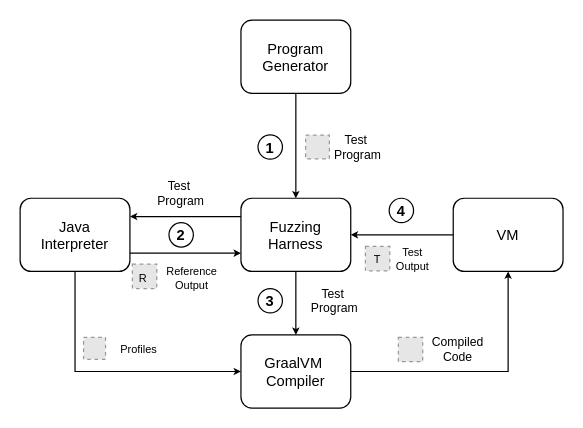
Before: page "architecture-icons" (4 of 9) of figures/drawio/lool.drawio in fberlakovich/dissertation, a draw.io diagram. Source tidied: cells renumbered, new cells numbered last; positions are measured from the earlier drawing's top-left corner, leaving out a move shared by most shapes. Both pictures are drawn from the tidied source at 122%, with x=0, y=0 at pixel (20, 20). Pictures stored in the file or linked from it are replaced by grey dashed boxes.
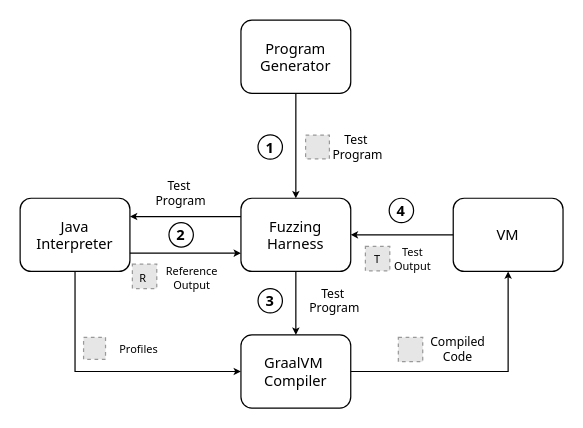
Above is the later version.

What changed in the source:
```diff
@@
-    <mxCell id="2" style="edgeStyle=orthogonalEdgeStyle;rounded=0;jettySize=auto;exitX=1;exitY=0.5;exitDx=0;exitDy=0;entryX=0.5;entryY=1;entryDx=0;entryDy=0;fontFamily=Cascadia Mono;fontSize=12;fontColor=default;endSize=3;" parent="1" edge="1" source="3" target="17">
+    <mxCell id="2" style="edgeStyle=orthogonalEdgeStyle;rounded=0;jettySize=auto;exitX=1;exitY=0.5;exitDx=0;exitDy=0;entryX=0.5;entryY=1;entryDx=0;entryDy=0;fontFamily=Noto Sans;fontSize=12;fontColor=default;endSize=3;" parent="1" edge="1" source="3" target="17">
       <mxGeometry relative="1" as="geometry" />
     </mxCell>
-    <mxCell id="3" value="GraalVM &#10;Compiler" style="rounded=1;fillColor=none;fontFamily=Cascadia Mono;" parent="1" vertex="1">
+    <mxCell id="3" value="GraalVM &#10;Compiler" style="rounded=1;fillColor=none;fontFamily=Noto Sans;" parent="1" vertex="1">
       <mxGeometry x="181" y="258" width="90" height="60" as="geometry" />
     </mxCell>
-    <mxCell id="4" style="edgeStyle=orthogonalEdgeStyle;rounded=0;jettySize=auto;exitX=0.5;exitY=1;exitDx=0;exitDy=0;entryX=0.5;entryY=0;entryDx=0;entryDy=0;fontFamily=Cascadia Mono;fontSize=12;fontColor=default;endSize=3;startSize=3;" parent="1" edge="1" source="7" target="3">
+    <mxCell id="4" style="edgeStyle=orthogonalEdgeStyle;rounded=0;jettySize=auto;exitX=0.5;exitY=1;exitDx=0;exitDy=0;entryX=0.5;entryY=0;entryDx=0;entryDy=0;fontFamily=Noto Sans;fontSize=12;fontColor=default;endSize=3;startSize=3;" parent="1" edge="1" source="7" target="3">
       <mxGeometry relative="1" as="geometry" />
     </mxCell>
-    <mxCell id="5" style="edgeStyle=orthogonalEdgeStyle;rounded=0;jettySize=auto;exitX=0;exitY=0.25;exitDx=0;exitDy=0;entryX=1;entryY=0.25;entryDx=0;entryDy=0;fontFamily=Cascadia Mono;fontSize=12;fontColor=default;endSize=3;" parent="1" edge="1" source="7" target="12">
+    <mxCell id="5" style="edgeStyle=orthogonalEdgeStyle;rounded=0;jettySize=auto;exitX=0;exitY=0.25;exitDx=0;exitDy=0;entryX=1;entryY=0.25;entryDx=0;entryDy=0;fontFamily=Noto Sans;fontSize=12;fontColor=default;endSize=3;" parent="1" edge="1" source="7" target="12">
       <mxGeometry relative="1" as="geometry" />
     </mxCell>
-    <mxCell id="6" style="edgeStyle=orthogonalEdgeStyle;rounded=0;jettySize=auto;exitX=0;exitY=0.5;exitDx=0;exitDy=0;entryX=1;entryY=0.5;entryDx=0;entryDy=0;fontFamily=Cascadia Mono;fontSize=12;fontColor=default;endSize=3;startSize=3;" parent="1" edge="1" source="17" target="7">
+    <mxCell id="6" style="edgeStyle=orthogonalEdgeStyle;rounded=0;jettySize=auto;exitX=0;exitY=0.5;exitDx=0;exitDy=0;entryX=1;entryY=0.5;entryDx=0;entryDy=0;fontFamily=Noto Sans;fontSize=12;fontColor=default;endSize=3;startSize=3;" parent="1" edge="1" source="17" target="7">
       <mxGeometry relative="1" as="geometry" />
     </mxCell>
-    <mxCell id="7" value="Fuzzing&#10;Harness" style="rounded=1;fillColor=none;fontFamily=Cascadia Mono;" parent="1" vertex="1">
+    <mxCell id="7" value="Fuzzing&#10;Harness" style="rounded=1;fillColor=none;fontFamily=Noto Sans;" parent="1" vertex="1">
       <mxGeometry x="181" y="146" width="90" height="60" as="geometry" />
     </mxCell>
-    <mxCell id="8" style="edgeStyle=orthogonalEdgeStyle;rounded=0;jettySize=auto;exitX=0.5;exitY=1;exitDx=0;exitDy=0;entryX=0.5;entryY=0;entryDx=0;entryDy=0;fontFamily=Cascadia Mono;fontSize=12;fontColor=default;endSize=3;startSize=3;" parent="1" edge="1" source="9" target="7">
+    <mxCell id="8" style="edgeStyle=orthogonalEdgeStyle;rounded=0;jettySize=auto;exitX=0.5;exitY=1;exitDx=0;exitDy=0;entryX=0.5;entryY=0;entryDx=0;entryDy=0;fontFamily=Noto Sans;fontSize=12;fontColor=default;endSize=3;startSize=3;" parent="1" edge="1" source="9" target="7">
       <mxGeometry relative="1" as="geometry" />
     </mxCell>
-    <mxCell id="9" value="Program&#10;Generator" style="rounded=1;fillColor=none;fontFamily=Cascadia Mono;" parent="1" vertex="1">
+    <mxCell id="9" value="Program&#10;Generator" style="rounded=1;fillColor=none;fontFamily=Noto Sans;" parent="1" vertex="1">
       <mxGeometry x="181" width="90" height="60" as="geometry" />
     </mxCell>
-    <mxCell id="10" style="edgeStyle=orthogonalEdgeStyle;rounded=0;jettySize=auto;exitX=1;exitY=0.75;exitDx=0;exitDy=0;entryX=0;entryY=0.75;entryDx=0;entryDy=0;fontFamily=Cascadia Mono;fontSize=12;fontColor=default;endSize=3;" parent="1" edge="1" source="12" target="7">
+    <mxCell id="10" style="edgeStyle=orthogonalEdgeStyle;rounded=0;jettySize=auto;exitX=1;exitY=0.75;exitDx=0;exitDy=0;entryX=0;entryY=0.75;entryDx=0;entryDy=0;fontFamily=Noto Sans;fontSize=12;fontColor=default;endSize=3;" parent="1" edge="1" source="12" target="7">
       <mxGeometry relative="1" as="geometry" />
     </mxCell>
-    <mxCell id="11" style="edgeStyle=orthogonalEdgeStyle;rounded=0;jettySize=auto;exitX=0.5;exitY=1;exitDx=0;exitDy=0;entryX=0;entryY=0.5;entryDx=0;entryDy=0;fontFamily=Cascadia Mono;fontSize=12;fontColor=default;endSize=3;" parent="1" edge="1" source="12" target="3">
+    <mxCell id="11" style="edgeStyle=orthogonalEdgeStyle;rounded=0;jettySize=auto;exitX=0.5;exitY=1;exitDx=0;exitDy=0;entryX=0;entryY=0.5;entryDx=0;entryDy=0;fontFamily=Noto Sans;fontSize=12;fontColor=default;endSize=3;" parent="1" edge="1" source="12" target="3">
       <mxGeometry relative="1" as="geometry" />
     </mxCell>
-    <mxCell id="12" value="Java&#10;Interpreter" style="rounded=1;fillColor=none;fontFamily=Cascadia Mono;" parent="1" vertex="1">
+    <mxCell id="12" value="Java&#10;Interpreter" style="rounded=1;fillColor=none;fontFamily=Noto Sans;" parent="1" vertex="1">
       <mxGeometry y="146" width="90" height="60" as="geometry" />
     </mxCell>
-    <mxCell id="13" value="Reference&#10;Output" style="text;align=center;verticalAlign=middle;rounded=0;fontFamily=Cascadia Mono;fontSize=9;" parent="1" vertex="1">
+    <mxCell id="13" value="Reference&#10;Output" style="text;align=center;verticalAlign=middle;rounded=0;fontFamily=Noto Sans;fontSize=9;" parent="1" vertex="1">
       <mxGeometry x="98" y="196.5" width="86" height="30" as="geometry" />
     </mxCell>
-    <mxCell id="14" value="1" style="ellipse;rounded=0;align=center;verticalAlign=middle;fontFamily=Cascadia Mono;fontSize=12;fontColor=default;fillColor=none;gradientColor=none;fontStyle=1;" parent="1" vertex="1">
+    <mxCell id="14" value="1" style="ellipse;rounded=0;align=center;verticalAlign=middle;fontFamily=Noto Sans;fontSize=12;fontColor=default;fillColor=none;gradientColor=none;fontStyle=1;" parent="1" vertex="1">
       <mxGeometry x="195" y="94" width="20" height="20" as="geometry" />
     </mxCell>
-    <mxCell id="15" value="2" style="ellipse;rounded=0;align=center;verticalAlign=middle;fontFamily=Cascadia Mono;fontSize=12;fontColor=default;fillColor=none;gradientColor=none;fontStyle=1;" parent="1" vertex="1">
+    <mxCell id="15" value="2" style="ellipse;rounded=0;align=center;verticalAlign=middle;fontFamily=Noto Sans;fontSize=12;fontColor=default;fillColor=none;gradientColor=none;fontStyle=1;" parent="1" vertex="1">
       <mxGeometry x="122" y="166" width="20" height="20" as="geometry" />
     </mxCell>
-    <mxCell id="16" value="3" style="ellipse;rounded=0;align=center;verticalAlign=middle;fontFamily=Cascadia Mono;fontSize=12;fontColor=default;fillColor=none;gradientColor=none;fontStyle=1;" parent="1" vertex="1">
+    <mxCell id="16" value="3" style="ellipse;rounded=0;align=center;verticalAlign=middle;fontFamily=Noto Sans;fontSize=12;fontColor=default;fillColor=none;gradientColor=none;fontStyle=1;" parent="1" vertex="1">
       <mxGeometry x="195" y="220" width="20" height="20" as="geometry" />
     </mxCell>
-    <mxCell id="17" value="VM" style="rounded=1;fillColor=none;fontFamily=Cascadia Mono;" parent="1" vertex="1">
+    <mxCell id="17" value="VM" style="rounded=1;fillColor=none;fontFamily=Noto Sans;" parent="1" vertex="1">
       <mxGeometry x="355" y="146" width="90" height="60" as="geometry" />
     </mxCell>
-    <mxCell id="18" value="4" style="ellipse;rounded=0;align=center;verticalAlign=middle;fontFamily=Cascadia Mono;fontSize=12;fontColor=default;fillColor=none;gradientColor=none;fontStyle=1;" parent="1" vertex="1">
+    <mxCell id="18" value="4" style="ellipse;rounded=0;align=center;verticalAlign=middle;fontFamily=Noto Sans;fontSize=12;fontColor=default;fillColor=none;gradientColor=none;fontStyle=1;" parent="1" vertex="1">
       <mxGeometry x="302.5" y="146" width="20" height="20" as="geometry" />
     </mxCell>
-    <mxCell id="19" style="group;" parent="1" vertex="1">
+    <mxCell id="19" style="group;fontFamily=Noto Sans;" parent="1" vertex="1">
       <mxGeometry x="283" y="181" width="59" height="30" as="geometry" />
     </mxCell>
-    <mxCell id="20" value="Test&#10;Output" style="text;align=center;verticalAlign=middle;rounded=0;fontFamily=Cascadia Mono;fontSize=9;" parent="19" vertex="1">
+    <mxCell id="20" value="Test&#10;Output" style="text;align=center;verticalAlign=middle;rounded=0;fontFamily=Noto Sans;fontSize=9;" parent="19" vertex="1">
       <mxGeometry x="19" width="40" height="30" as="geometry" />
     </mxCell>
-    <mxCell id="21" style="fillColor=#E6E6E6;strokeColor=#999999;dashed=1;verticalLabelPosition=bottom;labelBackgroundColor=default;verticalAlign=top;" parent="19" vertex="1">
+    <mxCell id="21" style="fillColor=#E6E6E6;strokeColor=#999999;dashed=1;verticalLabelPosition=bottom;labelBackgroundColor=default;verticalAlign=top;fontFamily=Noto Sans;" parent="19" vertex="1">
       <mxGeometry y="4.5" width="20" height="20" as="geometry" />
     </mxCell>
-    <mxCell id="22" value="T" style="text;align=center;verticalAlign=middle;rounded=0;fontFamily=Cascadia Mono;fontSize=9;" parent="19" vertex="1">
+    <mxCell id="22" value="T" style="text;align=center;verticalAlign=middle;rounded=0;fontFamily=Noto Sans;fontSize=9;" parent="19" vertex="1">
       <mxGeometry x="5" y="7.5" width="10" height="15" as="geometry" />
     </mxCell>
-    <mxCell id="23" style="group;" parent="1" vertex="1">
+    <mxCell id="23" style="group;fontFamily=Noto Sans;" parent="1" vertex="1">
       <mxGeometry x="92" y="200" width="20" height="20" as="geometry" />
     </mxCell>
-    <mxCell id="24" style="fillColor=#E6E6E6;strokeColor=#999999;dashed=1;verticalLabelPosition=bottom;labelBackgroundColor=default;verticalAlign=top;" parent="23" vertex="1">
+    <mxCell id="24" style="fillColor=#E6E6E6;strokeColor=#999999;dashed=1;verticalLabelPosition=bottom;labelBackgroundColor=default;verticalAlign=top;fontFamily=Noto Sans;" parent="23" vertex="1">
       <mxGeometry width="20" height="20" as="geometry" />
     </mxCell>
-    <mxCell id="25" value="R" style="text;align=center;verticalAlign=middle;rounded=0;fontFamily=Cascadia Mono;fontSize=9;" parent="23" vertex="1">
+    <mxCell id="25" value="R" style="text;align=center;verticalAlign=middle;rounded=0;fontFamily=Noto Sans;fontSize=9;" parent="23" vertex="1">
       <mxGeometry x="4" y="4" width="10" height="15" as="geometry" />
     </mxCell>
-    <mxCell id="26" style="group;" parent="1" vertex="1">
+    <mxCell id="26" style="group;fontFamily=Noto Sans;" parent="1" vertex="1">
       <mxGeometry x="52" y="255" width="78" height="30" as="geometry" />
     </mxCell>
-    <mxCell id="27" style="fillColor=#E6E6E6;strokeColor=#999999;dashed=1;verticalLabelPosition=bottom;labelBackgroundColor=default;verticalAlign=top;" parent="26" vertex="1">
+    <mxCell id="27" style="fillColor=#E6E6E6;strokeColor=#999999;dashed=1;verticalLabelPosition=bottom;labelBackgroundColor=default;verticalAlign=top;fontFamily=Noto Sans;" parent="26" vertex="1">
       <mxGeometry y="5" width="18" height="18" as="geometry" />
     </mxCell>
-    <mxCell id="28" value="Profiles" style="text;align=center;verticalAlign=middle;rounded=0;fontFamily=Cascadia Mono;fontSize=9;" parent="26" vertex="1">
+    <mxCell id="28" value="Profiles" style="text;align=center;verticalAlign=middle;rounded=0;fontFamily=Noto Sans;fontSize=9;" parent="26" vertex="1">
       <mxGeometry x="13" width="65" height="30" as="geometry" />
     </mxCell>
-    <mxCell id="29" style="group;" parent="1" vertex="1">
+    <mxCell id="29" style="group;fontFamily=Noto Sans;" parent="1" vertex="1">
       <mxGeometry x="310" y="255" width="92" height="30" as="geometry" />
     </mxCell>
-    <mxCell id="30" style="fillColor=#E6E6E6;strokeColor=#999999;dashed=1;verticalLabelPosition=bottom;labelBackgroundColor=default;verticalAlign=top;" parent="29" vertex="1">
+    <mxCell id="30" style="fillColor=#E6E6E6;strokeColor=#999999;dashed=1;verticalLabelPosition=bottom;labelBackgroundColor=default;verticalAlign=top;fontFamily=Noto Sans;" parent="29" vertex="1">
       <mxGeometry y="5" width="20" height="20" as="geometry" />
     </mxCell>
-    <mxCell id="31" value="Compiled&#10;Code" style="text;align=center;verticalAlign=middle;rounded=0;fontFamily=Cascadia Mono;fontSize=10;" parent="29" vertex="1">
+    <mxCell id="31" value="Compiled&#10;Code" style="text;align=center;verticalAlign=middle;rounded=0;fontFamily=Noto Sans;fontSize=10;" parent="29" vertex="1">
       <mxGeometry x="6" width="86" height="30" as="geometry" />
     </mxCell>
-    <mxCell id="32" style="group;" parent="1" vertex="1">
+    <mxCell id="32" style="group;fontFamily=Noto Sans;" parent="1" vertex="1">
       <mxGeometry x="234" y="89" width="86" height="30" as="geometry" />
     </mxCell>
-    <mxCell id="33" value="Test &#10;Program" style="text;align=center;verticalAlign=middle;rounded=0;fontFamily=Cascadia Mono;fontSize=10;" parent="32" vertex="1">
+    <mxCell id="33" value="Test &#10;Program" style="text;align=center;verticalAlign=middle;rounded=0;fontFamily=Noto Sans;fontSize=10;" parent="32" vertex="1">
       <mxGeometry width="86" height="30" as="geometry" />
     </mxCell>
-    <mxCell id="34" style="group;" parent="32" vertex="1">
+    <mxCell id="34" style="group;fontFamily=Noto Sans;" parent="32" vertex="1">
       <mxGeometry y="5.2" width="19.5" height="19.5" as="geometry" />
     </mxCell>
-    <mxCell id="35" style="endArrow=none;rounded=0;fontFamily=Cascadia Mono;fontSize=12;fontColor=default;strokeWidth=1;" parent="34" edge="1">
+    <mxCell id="35" style="endArrow=none;rounded=0;fontFamily=Noto Sans;fontSize=12;fontColor=default;strokeWidth=1;" parent="34" edge="1">
       <mxGeometry relative="1" as="geometry">
         <mxPoint x="13.4" y="9.3" as="sourcePoint" />
         <mxPoint x="7" y="9.2" as="targetPoint" />
       </mxGeometry>
     </mxCell>
-    <mxCell id="36" style="endArrow=none;rounded=0;fontFamily=Cascadia Mono;fontSize=12;fontColor=default;strokeWidth=1;" parent="34" edge="1">
+    <mxCell id="36" style="endArrow=none;rounded=0;fontFamily=Noto Sans;fontSize=12;fontColor=default;strokeWidth=1;" parent="34" edge="1">
       <mxGeometry relative="1" as="geometry">
         <mxPoint x="13.4" y="12.2" as="sourcePoint" />
         <mxPoint x="7" y="12.2" as="targetPoint" />
       </mxGeometry>
     </mxCell>
-    <mxCell id="37" style="endArrow=none;rounded=0;fontFamily=Cascadia Mono;fontSize=12;fontColor=default;strokeWidth=1;" parent="34" edge="1">
+    <mxCell id="37" style="endArrow=none;rounded=0;fontFamily=Noto Sans;fontSize=12;fontColor=default;strokeWidth=1;" parent="34" edge="1">
       <mxGeometry relative="1" as="geometry">
         <mxPoint x="13.4" y="15.3" as="sourcePoint" />
         <mxPoint x="7" y="15.3" as="targetPoint" />
       </mxGeometry>
     </mxCell>
-    <mxCell id="38" style="fillColor=#E6E6E6;strokeColor=#999999;dashed=1;verticalLabelPosition=bottom;labelBackgroundColor=default;verticalAlign=top;" parent="34" vertex="1">
+    <mxCell id="38" style="fillColor=#E6E6E6;strokeColor=#999999;dashed=1;verticalLabelPosition=bottom;labelBackgroundColor=default;verticalAlign=top;fontFamily=Noto Sans;" parent="34" vertex="1">
       <mxGeometry width="19.5" height="19.5" as="geometry" />
     </mxCell>
-    <mxCell id="39" value="Test &#10;Program" style="text;align=center;verticalAlign=middle;rounded=0;fontFamily=Cascadia Mono;fontSize=10;" parent="1" vertex="1">
+    <mxCell id="39" value="Test &#10;Program" style="text;align=center;verticalAlign=middle;rounded=0;fontFamily=Noto Sans;fontSize=10;" parent="1" vertex="1">
       <mxGeometry x="89" y="127" width="86" height="30" as="geometry" />
     </mxCell>
-    <mxCell id="40" value="Test &#10;Program" style="text;align=center;verticalAlign=middle;rounded=0;fontFamily=Cascadia Mono;fontSize=10;" parent="1" vertex="1">
+    <mxCell id="40" value="Test &#10;Program" style="text;align=center;verticalAlign=middle;rounded=0;fontFamily=Noto Sans;fontSize=10;" parent="1" vertex="1">
       <mxGeometry x="215" y="215" width="86" height="30" as="geometry" />
     </mxCell>
```
